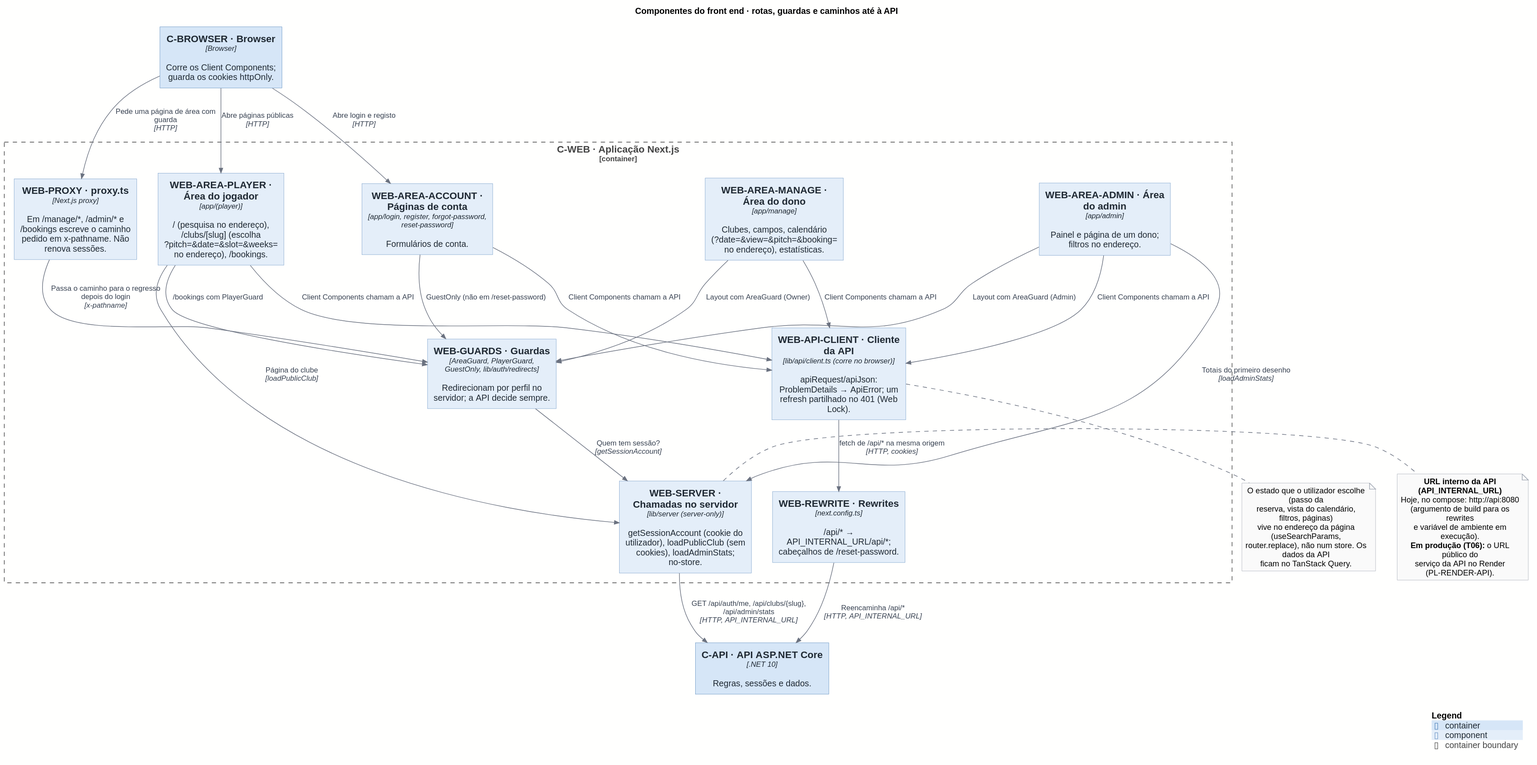
Before: docs/architecture/out/03-components-web.svg, a diagram exported from PlantUML (rodrigo4sousa/SportsEstablishments).
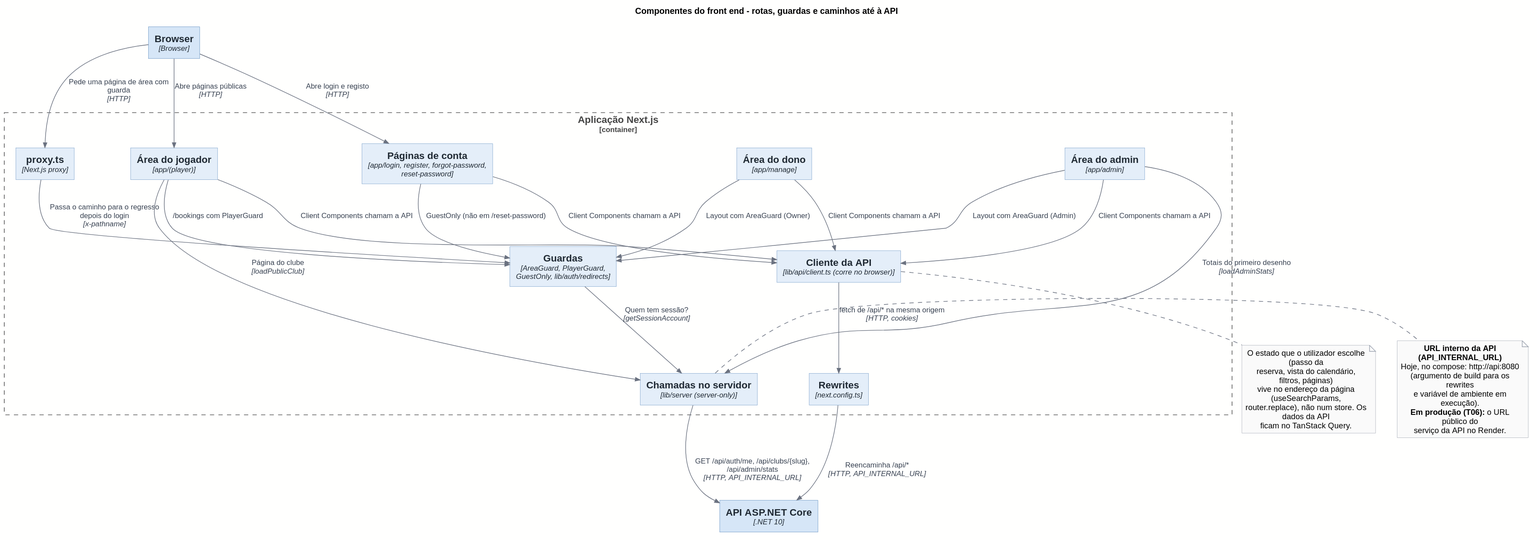
After the commit.

Diff of the diagram source:
```diff
@@ -2,25 +2,25 @@
 !include <C4/C4_Component>
 !include ../style.puml
 
-title Componentes do front end · rotas, guardas e caminhos até à API
+title Componentes do front end - rotas, guardas e caminhos até à API
 
 LAYOUT_TOP_DOWN()
 
-Container(C_BROWSER, "C-BROWSER · Browser", "Browser", "Corre os Client Components; guarda os cookies httpOnly.")
+Container(C_BROWSER, "Browser", "Browser")
 
-Container_Boundary(C_WEB, "C-WEB · Aplicação Next.js") {
-  Component(WEB_PROXY, "WEB-PROXY · proxy.ts", "Next.js proxy", "Em /manage/*, /admin/* e /bookings escreve o caminho pedido em x-pathname. Não renova sessões.")
-  Component(WEB_AREA_PLAYER, "WEB-AREA-PLAYER · Área do jogador", "app/(player)", "/ (pesquisa no endereço), /clubs/[slug] (escolha ?pitch=&date=&slot=&weeks= no endereço), /bookings.")
-  Component(WEB_AREA_MANAGE, "WEB-AREA-MANAGE · Área do dono", "app/manage", "Clubes, campos, calendário (?date=&view=&pitch=&booking= no endereço), estatísticas.")
-  Component(WEB_AREA_ADMIN, "WEB-AREA-ADMIN · Área do admin", "app/admin", "Painel e página de um dono; filtros no endereço.")
-  Component(WEB_AREA_ACCOUNT, "WEB-AREA-ACCOUNT · Páginas de conta", "app/login, register, forgot-password, reset-password", "Formulários de conta.")
-  Component(WEB_GUARDS, "WEB-GUARDS · Guardas", "AreaGuard, PlayerGuard, GuestOnly, lib/auth/redirects", "Redirecionam por perfil no servidor; a API decide sempre.")
-  Component(WEB_SERVER, "WEB-SERVER · Chamadas no servidor", "lib/server (server-only)", "getSessionAccount (cookie do utilizador), loadPublicClub (sem cookies), loadAdminStats; no-store.")
-  Component(WEB_API_CLIENT, "WEB-API-CLIENT · Cliente da API", "lib/api/client.ts (corre no browser)", "apiRequest/apiJson: ProblemDetails → ApiError; um refresh partilhado no 401 (Web Lock).")
-  Component(WEB_REWRITE, "WEB-REWRITE · Rewrites", "next.config.ts", "/api/* → API_INTERNAL_URL/api/*; cabeçalhos de /reset-password.")
+Container_Boundary(C_WEB, "Aplicação Next.js") {
+  Component(WEB_PROXY, "proxy.ts", "Next.js proxy")
+  Component(WEB_AREA_PLAYER, "Área do jogador", "app/(player)")
+  Component(WEB_AREA_MANAGE, "Área do dono", "app/manage")
+  Component(WEB_AREA_ADMIN, "Área do admin", "app/admin")
+  Component(WEB_AREA_ACCOUNT, "Páginas de conta", "app/login, register, forgot-password, reset-password")
+  Component(WEB_GUARDS, "Guardas", "AreaGuard, PlayerGuard, GuestOnly, lib/auth/redirects")
+  Component(WEB_SERVER, "Chamadas no servidor", "lib/server (server-only)")
+  Component(WEB_API_CLIENT, "Cliente da API", "lib/api/client.ts (corre no browser)")
+  Component(WEB_REWRITE, "Rewrites", "next.config.ts")
 }
 
-Container(C_API, "C-API · API ASP.NET Core", ".NET 10", "Regras, sessões e dados.")
+Container(C_API, "API ASP.NET Core", ".NET 10")
 
 Rel(C_BROWSER, WEB_PROXY, $plain("Pede uma página de área com guarda"), "HTTP")
 Rel(C_BROWSER, WEB_AREA_PLAYER, $plain("Abre páginas públicas"), "HTTP")
@@ -47,7 +47,7 @@
   (argumento de build para os rewrites
   e variável de ambiente em execução).
   **Em produção (T06):** o URL público do
-  serviço da API no Render (PL-RENDER-API).
+  serviço da API no Render.
 end note
 
 note bottom of WEB_API_CLIENT
@@ -57,6 +57,4 @@
   router.replace), não num store. Os dados da API
   ficam no TanStack Query.
 end note
-
-SHOW_LEGEND()
 @enduml
```
